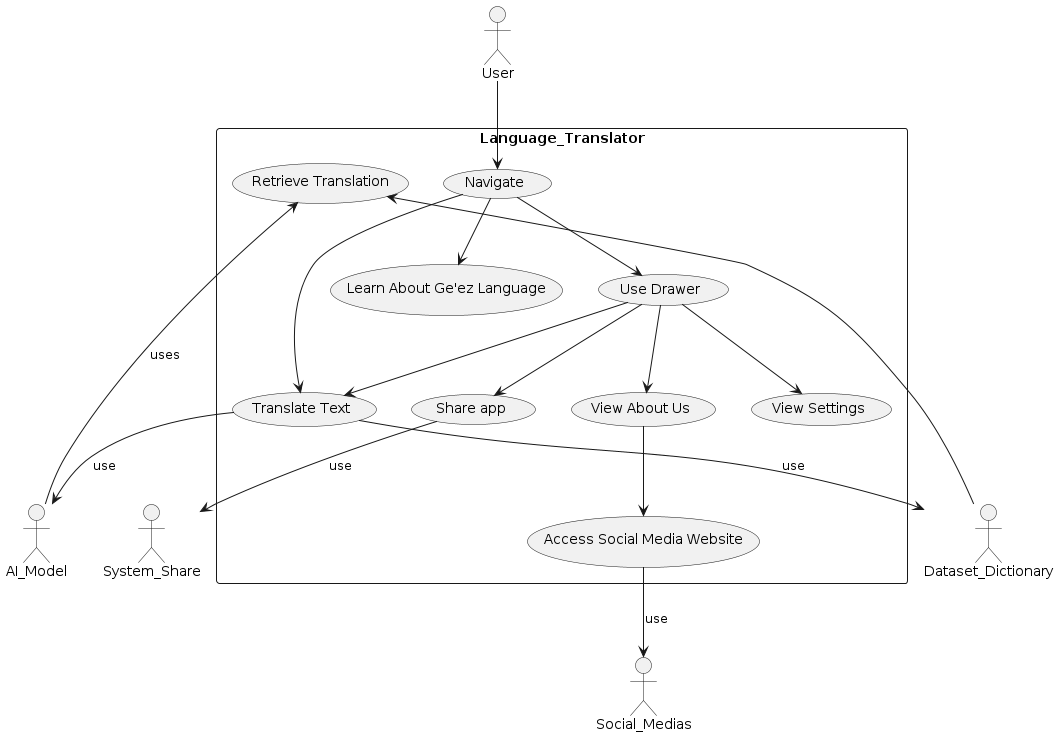
This is out/docs/usecase_diagram/usecase_diagram.png from getdaniel/bidirectional_language_translator, a PlantUML export, as it was before one commit.
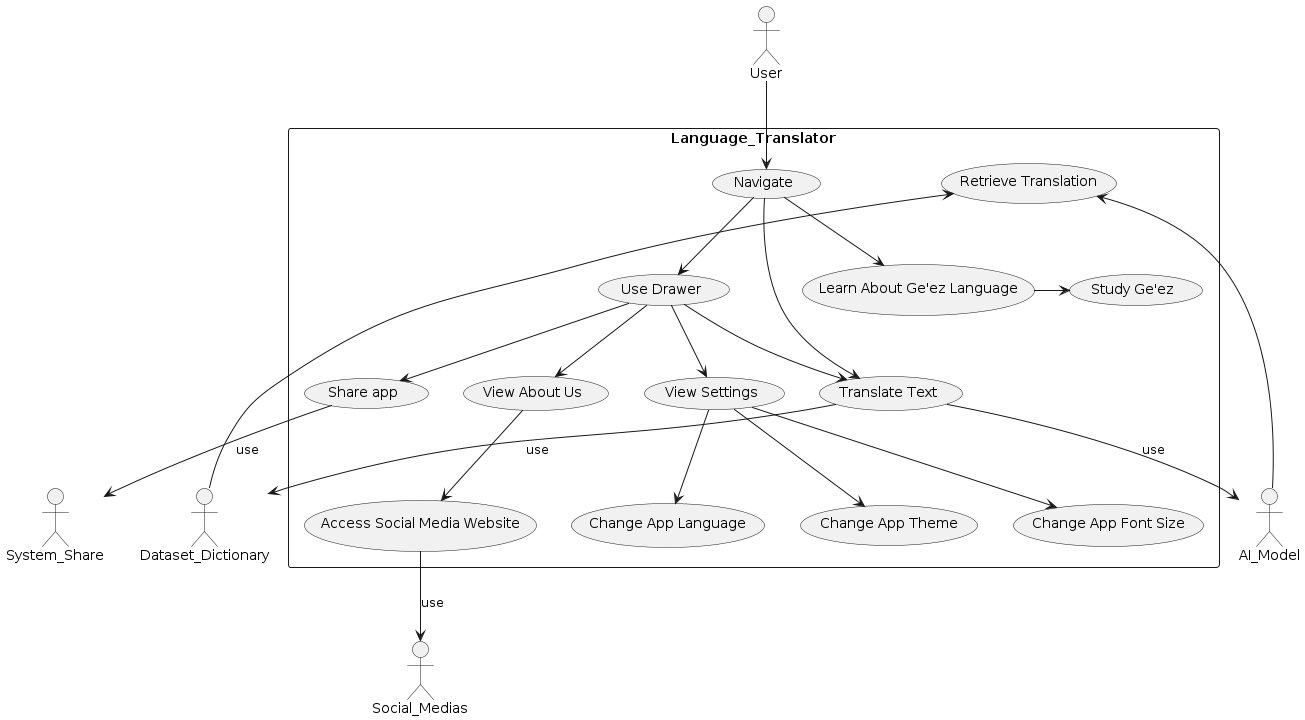
Above is the later version.

Change to the diagram source:
```diff
@@ -12,21 +12,24 @@
     (Navigate) --> (Translate Text)
     (Navigate) --> (Learn About Ge'ez Language)
 
-    AI_Model --> (Retrieve Translation): uses
-    (Translate Text) --> AI_Model: use
-
-
+    AI_Model -> (Retrieve Translation)
     Dataset_Dictionary -> (Retrieve Translation)
     (Translate Text) --> Dataset_Dictionary: use
+    (Translate Text) --> AI_Model: use
 
     (Use Drawer) --> (Translate Text)
     (Use Drawer) --> (View Settings)
     (Use Drawer) --> (View About Us)
     (Use Drawer) --> (Share app)
 
+    (Share app) --> System_Share: use
+    (View Settings) --> (Change App Language)
+    (View Settings) --> (Change App Theme)
+    (View Settings) --> (Change App Font Size)
     (View About Us) --> (Access Social Media Website)
     (Access Social Media Website) --> Social_Medias: use
-    (Share app) --> System_Share: use
+
+    (Learn About Ge'ez Language) -> (Study Ge'ez)
 }
 
 @enduml
```
